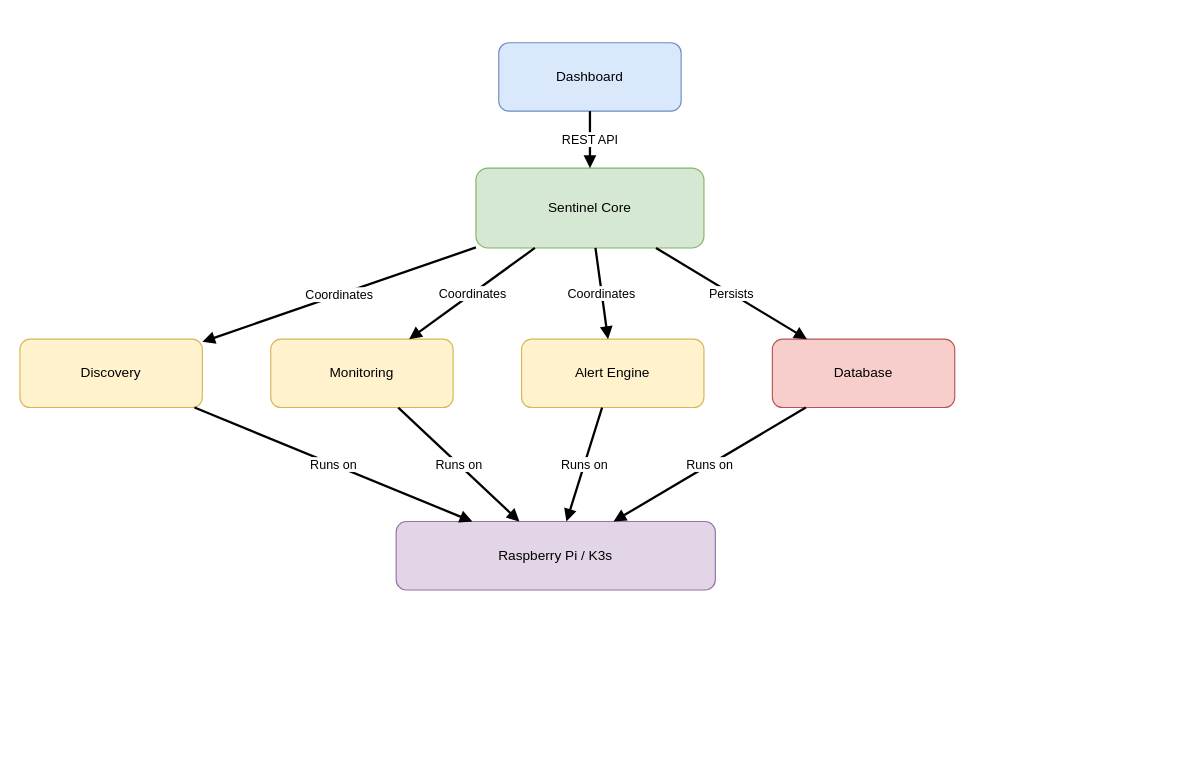
This is diagrams/architecture.drawio from kientran1507/Sentinel, a draw.io file, before an edit. Source tidied: cells renumbered, new cells numbered last; positions are measured from the earlier drawing's top-left corner, leaving out a move shared by most shapes. Both pictures are drawn from the tidied source at 114%, with x=0, y=0 at pixel (19, 42).
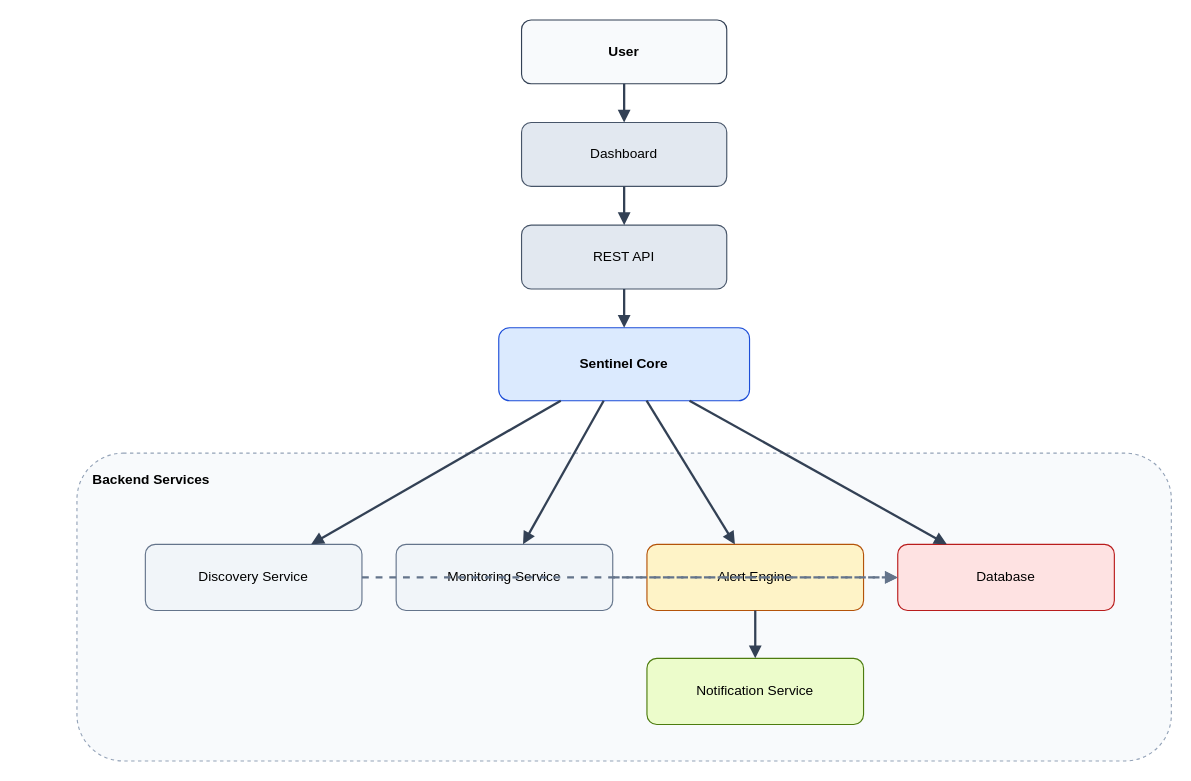
The same diagram, later.

Diff of the diagram source:
```diff
@@
-    <mxCell id="2" value="Dashboard" style="rounded=1;whiteSpace=wrap;html=1;fillColor=#dae8fc;strokeColor=#6c8ebf;" parent="1" vertex="1">
-      <mxGeometry x="420" width="160" height="60" as="geometry" />
+    <mxCell id="2" value="User" style="rounded=1;whiteSpace=wrap;html=1;fillColor=#f8fafc;strokeColor=#334155;fontStyle=1;" parent="1" vertex="1">
+      <mxGeometry x="440" y="-20" width="180" height="56" as="geometry" />
     </mxCell>
-    <mxCell id="3" value="Sentinel Core" style="rounded=1;whiteSpace=wrap;html=1;fillColor=#d5e8d4;strokeColor=#82b366;" parent="1" vertex="1">
-      <mxGeometry x="400" y="110" width="200" height="70" as="geometry" />
+    <mxCell id="3" value="Dashboard" style="rounded=1;whiteSpace=wrap;html=1;fillColor=#e2e8f0;strokeColor=#475569;" parent="1" vertex="1">
+      <mxGeometry x="440" y="70" width="180" height="56" as="geometry" />
     </mxCell>
-    <mxCell id="4" value="Discovery" style="rounded=1;whiteSpace=wrap;html=1;fillColor=#fff2cc;strokeColor=#d6b656;" parent="1" vertex="1">
-      <mxGeometry y="260" width="160" height="60" as="geometry" />
+    <mxCell id="4" value="REST API" style="rounded=1;whiteSpace=wrap;html=1;fillColor=#e2e8f0;strokeColor=#475569;" parent="1" vertex="1">
+      <mxGeometry x="440" y="160" width="180" height="56" as="geometry" />
     </mxCell>
-    <mxCell id="5" value="Monitoring" style="rounded=1;whiteSpace=wrap;html=1;fillColor=#fff2cc;strokeColor=#d6b656;" parent="1" vertex="1">
-      <mxGeometry x="220" y="260" width="160" height="60" as="geometry" />
+    <mxCell id="5" value="Sentinel Core" style="rounded=1;whiteSpace=wrap;html=1;fillColor=#dbeafe;strokeColor=#1d4ed8;fontStyle=1;" parent="1" vertex="1">
+      <mxGeometry x="420" y="250" width="220" height="64" as="geometry" />
     </mxCell>
-    <mxCell id="6" value="Alert Engine" style="rounded=1;whiteSpace=wrap;html=1;fillColor=#fff2cc;strokeColor=#d6b656;" parent="1" vertex="1">
-      <mxGeometry x="440" y="260" width="160" height="60" as="geometry" />
+    <mxCell id="6" value="Backend Services" style="rounded=1;whiteSpace=wrap;html=1;fillColor=#f8fafc;strokeColor=#94a3b8;dashed=1;align=left;verticalAlign=top;spacingTop=10;spacingLeft=12;fontStyle=1;" parent="1" vertex="1">
+      <mxGeometry x="50" y="360" width="960" height="270" as="geometry" />
     </mxCell>
-    <mxCell id="7" value="Database" style="rounded=1;whiteSpace=wrap;html=1;fillColor=#f8cecc;strokeColor=#b85450;" parent="1" vertex="1">
-      <mxGeometry x="660" y="260" width="160" height="60" as="geometry" />
+    <mxCell id="7" value="Discovery Service" style="rounded=1;whiteSpace=wrap;html=1;fillColor=#f1f5f9;strokeColor=#64748b;" parent="1" vertex="1">
+      <mxGeometry x="110" y="440" width="190" height="58" as="geometry" />
     </mxCell>
-    <mxCell id="8" value="Raspberry Pi / K3s" style="rounded=1;whiteSpace=wrap;html=1;fillColor=#e1d5e7;strokeColor=#9673a6;" parent="1" vertex="1">
-      <mxGeometry x="330" y="420" width="280" height="60" as="geometry" />
+    <mxCell id="8" value="Monitoring Service" style="rounded=1;whiteSpace=wrap;html=1;fillColor=#f1f5f9;strokeColor=#64748b;" parent="1" vertex="1">
+      <mxGeometry x="330" y="440" width="190" height="58" as="geometry" />
     </mxCell>
-    <mxCell id="9" value="REST API" style="endArrow=block;html=1;rounded=0;strokeWidth=2;" parent="1" edge="1" source="2" target="3">
-      <mxGeometry relative="1" as="geometry" />
+    <mxCell id="9" value="Alert Engine" style="rounded=1;whiteSpace=wrap;html=1;fillColor=#fef3c7;strokeColor=#b45309;" parent="1" vertex="1">
+      <mxGeometry x="550" y="440" width="190" height="58" as="geometry" />
     </mxCell>
-    <mxCell id="10" value="Coordinates" style="endArrow=block;html=1;rounded=0;strokeWidth=2;" parent="1" edge="1" source="3" target="4">
-      <mxGeometry relative="1" as="geometry" />
+    <mxCell id="10" value="Database" style="rounded=1;whiteSpace=wrap;html=1;fillColor=#fee2e2;strokeColor=#b91c1c;" parent="1" vertex="1">
+      <mxGeometry x="770" y="440" width="190" height="58" as="geometry" />
     </mxCell>
-    <mxCell id="11" value="Coordinates" style="endArrow=block;html=1;rounded=0;strokeWidth=2;" parent="1" edge="1" source="3" target="5">
-      <mxGeometry relative="1" as="geometry" />
+    <mxCell id="11" value="Notification Service" style="rounded=1;whiteSpace=wrap;html=1;fillColor=#ecfccb;strokeColor=#4d7c0f;" parent="1" vertex="1">
+      <mxGeometry x="550" y="540" width="190" height="58" as="geometry" />
     </mxCell>
-    <mxCell id="12" value="Coordinates" style="endArrow=block;html=1;rounded=0;strokeWidth=2;" parent="1" edge="1" source="3" target="6">
+    <mxCell id="12" style="endArrow=block;endFill=1;strokeWidth=2;rounded=0;strokeColor=#334155;" parent="1" edge="1" source="2" target="3">
       <mxGeometry relative="1" as="geometry" />
     </mxCell>
-    <mxCell id="13" value="Persists" style="endArrow=block;html=1;rounded=0;strokeWidth=2;" parent="1" edge="1" source="3" target="7">
+    <mxCell id="13" style="endArrow=block;endFill=1;strokeWidth=2;rounded=0;strokeColor=#334155;" parent="1" edge="1" source="3" target="4">
       <mxGeometry relative="1" as="geometry" />
     </mxCell>
-    <mxCell id="14" value="Runs on" style="endArrow=block;html=1;rounded=0;strokeWidth=2;" parent="1" edge="1" source="4" target="8">
+    <mxCell id="14" style="endArrow=block;endFill=1;strokeWidth=2;rounded=0;strokeColor=#334155;" parent="1" edge="1" source="4" target="5">
       <mxGeometry relative="1" as="geometry" />
     </mxCell>
-    <mxCell id="15" value="Runs on" style="endArrow=block;html=1;rounded=0;strokeWidth=2;" parent="1" edge="1" source="5" target="8">
+    <mxCell id="15" style="endArrow=block;endFill=1;strokeWidth=2;rounded=0;strokeColor=#334155;" parent="1" edge="1" source="5" target="7">
       <mxGeometry relative="1" as="geometry" />
     </mxCell>
-    <mxCell id="16" value="Runs on" style="endArrow=block;html=1;rounded=0;strokeWidth=2;" parent="1" edge="1" source="6" target="8">
+    <mxCell id="16" style="endArrow=block;endFill=1;strokeWidth=2;rounded=0;strokeColor=#334155;" parent="1" edge="1" source="5" target="8">
       <mxGeometry relative="1" as="geometry" />
     </mxCell>
-    <mxCell id="17" value="Runs on" style="endArrow=block;html=1;rounded=0;strokeWidth=2;" parent="1" edge="1" source="7" target="8">
+    <mxCell id="17" style="endArrow=block;endFill=1;strokeWidth=2;rounded=0;strokeColor=#334155;" parent="1" edge="1" source="5" target="9">
       <mxGeometry relative="1" as="geometry" />
     </mxCell>
+    <mxCell id="18" style="endArrow=block;endFill=1;strokeWidth=2;rounded=0;strokeColor=#334155;" parent="1" edge="1" source="5" target="10">
+      <mxGeometry relative="1" as="geometry" />
+    </mxCell>
+    <mxCell id="19" style="endArrow=block;endFill=1;strokeWidth=2;rounded=0;strokeColor=#334155;" parent="1" edge="1" source="9" target="11">
+      <mxGeometry relative="1" as="geometry" />
+    </mxCell>
+    <mxCell id="20" style="endArrow=block;endFill=1;strokeWidth=2;rounded=0;dashed=1;strokeColor=#64748b;" parent="1" edge="1" source="7" target="10">
+      <mxGeometry relative="1" as="geometry" />
+    </mxCell>
+    <mxCell id="21" style="endArrow=block;endFill=1;strokeWidth=2;rounded=0;dashed=1;strokeColor=#64748b;" parent="1" edge="1" source="8" target="10">
+      <mxGeometry relative="1" as="geometry" />
+    </mxCell>
```
